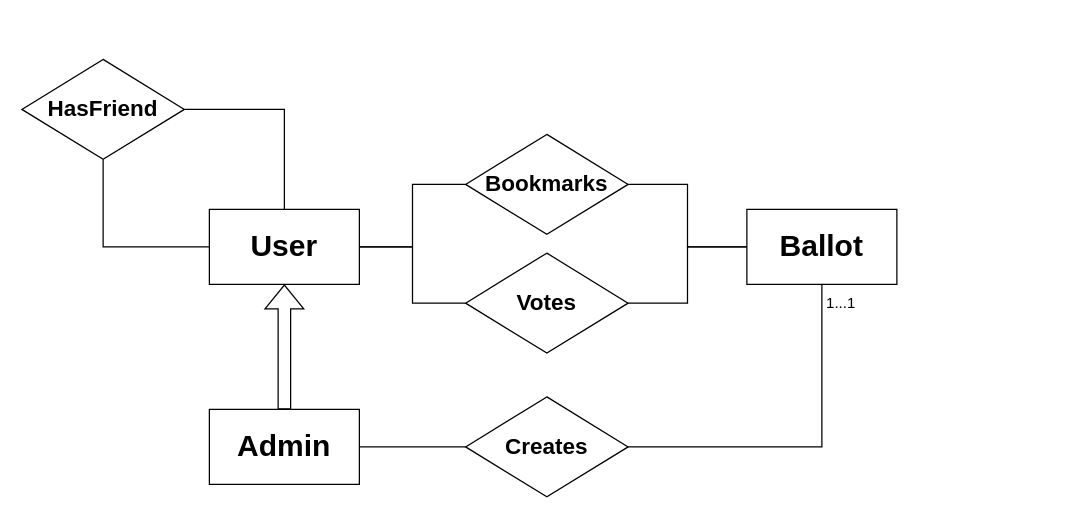
francesco12801/CryptoBallot keeps this draw.io diagram as documentation/CryptoBallotER.drawio. Above is the earlier version. Source tidied: cells renumbered, new cells numbered last; positions are measured from the earlier drawing's top-left corner, leaving out a move shared by most shapes. Both pictures are drawn from the tidied source at 125%, with x=0, y=0 at pixel (21, 59).
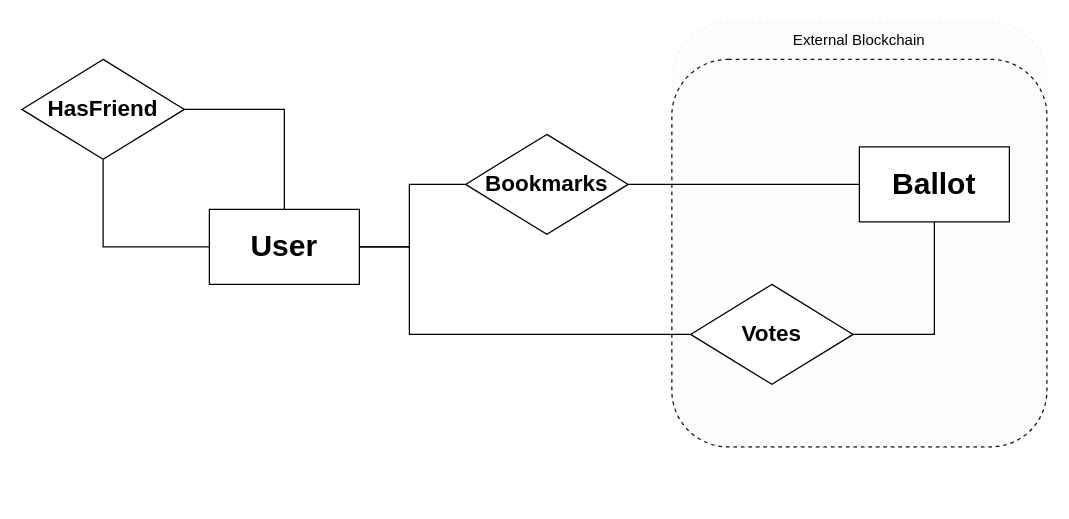
The same page after the edit.

The edit, as a diff of the source:
```diff
@@
 <mxGraphModel>
   <root>
     <mxCell id="0" />
     <mxCell id="1" parent="0" />
+    <mxCell id="19" style="rounded=1;whiteSpace=wrap;html=1;fillColor=none;dashed=1;strokeColor=#000000;strokeWidth=1;" parent="1" vertex="1">
+      <mxGeometry x="520" width="300" height="310" as="geometry" />
+    </mxCell>
+    <mxCell id="20" style="rounded=1;whiteSpace=wrap;html=1;fillColor=#dae8fc;dashed=1;strokeColor=#6c8ebf;strokeWidth=1;opacity=10;" parent="1" vertex="1">
+      <mxGeometry x="520" y="-30" width="300" height="340" as="geometry" />
+    </mxCell>
     <mxCell id="2" style="edgeStyle=orthogonalEdgeStyle;rounded=0;jettySize=auto;html=1;endArrow=none;endFill=0;" parent="1" edge="1" source="5" target="7">
       <mxGeometry relative="1" as="geometry" />
     </mxCell>
     <mxCell id="3" style="edgeStyle=orthogonalEdgeStyle;rounded=0;jettySize=auto;html=1;endArrow=none;endFill=0;" parent="1" edge="1" source="5" target="12">
-      <mxGeometry relative="1" as="geometry" />
+      <mxGeometry relative="1" as="geometry">
+        <Array as="points">
+          <mxPoint x="310" y="150" />
+          <mxPoint x="310" y="220" />
+        </Array>
+      </mxGeometry>
     </mxCell>
     <mxCell id="4" style="edgeStyle=orthogonalEdgeStyle;rounded=0;jettySize=auto;html=1;entryX=0;entryY=0.5;entryDx=0;entryDy=0;endArrow=none;endFill=0;" parent="1" edge="1" source="5" target="18">
-      <mxGeometry relative="1" as="geometry" />
+      <mxGeometry relative="1" as="geometry">
+        <Array as="points">
+          <mxPoint x="310" y="150" />
+          <mxPoint x="310" y="100" />
+        </Array>
+      </mxGeometry>
     </mxCell>
     <mxCell id="5" value="&lt;h1&gt;User&lt;/h1&gt;" style="rounded=0;whiteSpace=wrap;html=1;" parent="1" vertex="1">
       <mxGeometry x="150" y="120" width="120" height="60" as="geometry" />
     </mxCell>
     <mxCell id="6" style="edgeStyle=orthogonalEdgeStyle;rounded=0;jettySize=auto;html=1;endArrow=none;endFill=0;" parent="1" edge="1" source="7" target="5">
       <mxGeometry relative="1" as="geometry" />
     </mxCell>
     <mxCell id="7" value="&lt;h2&gt;HasFriend&lt;/h2&gt;" style="rhombus;whiteSpace=wrap;html=1;" parent="1" vertex="1">
       <mxGeometry width="130" height="80" as="geometry" />
     </mxCell>
-    <mxCell id="8" style="edgeStyle=orthogonalEdgeStyle;rounded=0;jettySize=auto;html=1;shape=flexArrow;" parent="1" edge="1" source="10" target="5">
-      <mxGeometry relative="1" as="geometry" />
-    </mxCell>
-    <mxCell id="9" style="edgeStyle=orthogonalEdgeStyle;rounded=0;jettySize=auto;html=1;endArrow=none;endFill=0;" parent="1" edge="1" source="10" target="15">
-      <mxGeometry relative="1" as="geometry" />
-    </mxCell>
-    <mxCell id="10" value="&lt;h1&gt;Admin&lt;/h1&gt;" style="rounded=0;whiteSpace=wrap;html=1;" parent="1" vertex="1">
-      <mxGeometry x="150" y="280" width="120" height="60" as="geometry" />
-    </mxCell>
     <mxCell id="11" style="edgeStyle=orthogonalEdgeStyle;rounded=0;jettySize=auto;html=1;endArrow=none;endFill=0;" parent="1" edge="1" source="12" target="13">
       <mxGeometry relative="1" as="geometry" />
     </mxCell>
     <mxCell id="12" value="&lt;h2&gt;Votes&lt;/h2&gt;" style="rhombus;whiteSpace=wrap;html=1;rounded=0;" parent="1" vertex="1">
-      <mxGeometry x="355" y="155" width="130" height="80" as="geometry" />
+      <mxGeometry x="535" y="180" width="130" height="80" as="geometry" />
     </mxCell>
     <mxCell id="13" value="&lt;h1&gt;Ballot&lt;/h1&gt;" style="whiteSpace=wrap;html=1;rounded=0;" parent="1" vertex="1">
-      <mxGeometry x="580" y="120" width="120" height="60" as="geometry" />
+      <mxGeometry x="670" y="70" width="120" height="60" as="geometry" />
     </mxCell>
-    <mxCell id="14" style="edgeStyle=orthogonalEdgeStyle;rounded=0;jettySize=auto;html=1;entryX=0.5;entryY=1;entryDx=0;entryDy=0;endArrow=none;endFill=0;" parent="1" edge="1" source="15" target="13">
-      <mxGeometry relative="1" as="geometry" />
-    </mxCell>
-    <mxCell id="15" value="&lt;h2&gt;Creates&lt;/h2&gt;" style="rhombus;whiteSpace=wrap;html=1;rounded=0;" parent="1" vertex="1">
-      <mxGeometry x="355" y="270" width="130" height="80" as="geometry" />
-    </mxCell>
-    <mxCell id="16" value="1...1" style="text;html=1;align=center;verticalAlign=middle;strokeColor=none;fillColor=none;" parent="1" vertex="1">
-      <mxGeometry x="630" y="180" width="50" height="30" as="geometry" />
-    </mxCell>
     <mxCell id="17" style="edgeStyle=orthogonalEdgeStyle;rounded=0;jettySize=auto;html=1;entryX=0;entryY=0.5;entryDx=0;entryDy=0;endArrow=none;endFill=0;" parent="1" edge="1" source="18" target="13">
       <mxGeometry relative="1" as="geometry" />
     </mxCell>
     <mxCell id="18" value="&lt;h2&gt;Bookmarks&lt;/h2&gt;" style="rhombus;whiteSpace=wrap;html=1;rounded=0;" parent="1" vertex="1">
       <mxGeometry x="355" y="60" width="130" height="80" as="geometry" />
     </mxCell>
+    <mxCell id="21" value="External Blockchain" style="text;html=1;align=center;verticalAlign=middle;whiteSpace=wrap;rounded=0;" parent="1" vertex="1">
+      <mxGeometry x="600" y="-30" width="140" height="30" as="geometry" />
+    </mxCell>
   </root>
 </mxGraphModel>
```
